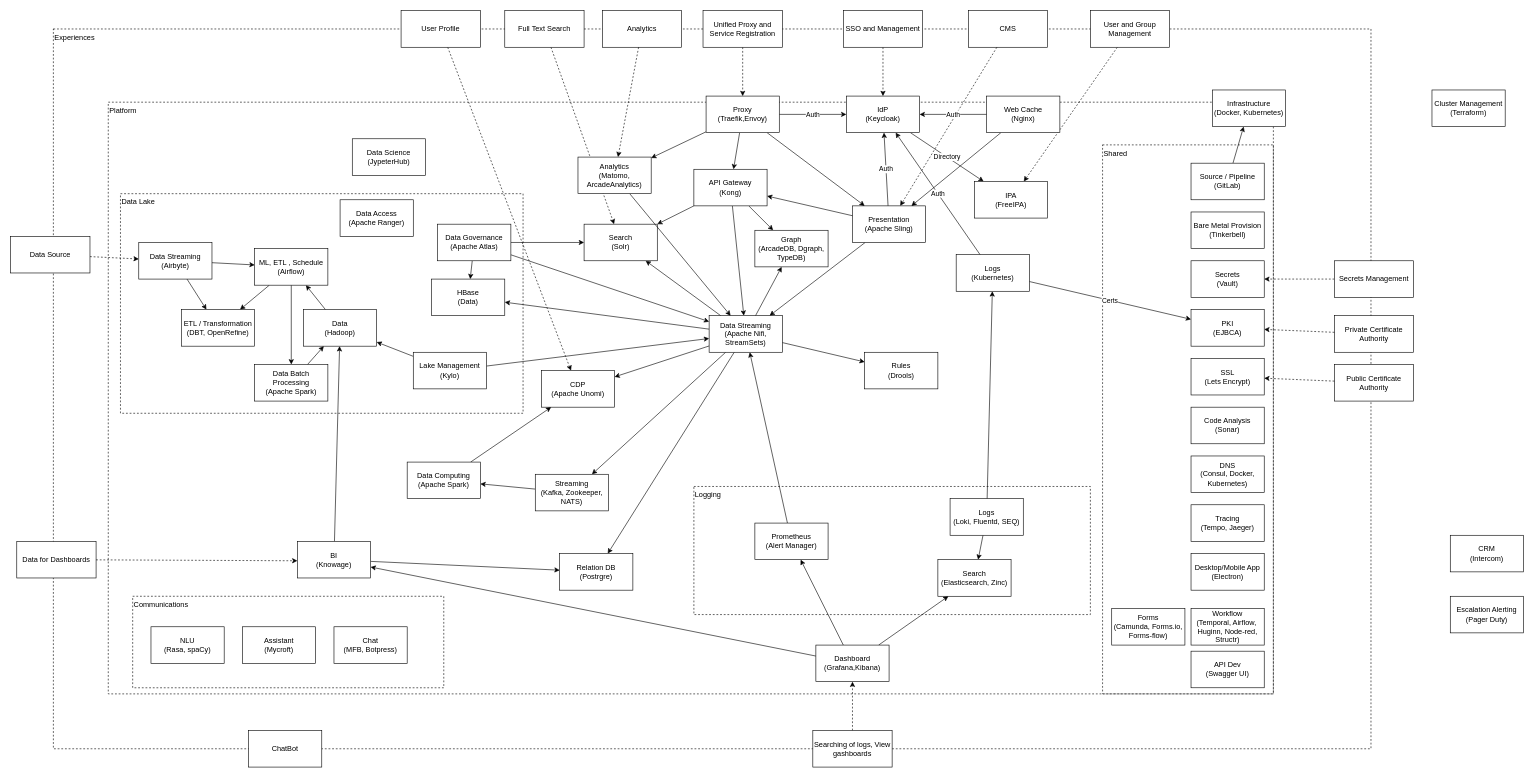
The draw.io diagram page "Services" (1 of 2) of _gxp/diagrams/GXP-Architecture.drawio in governance-foundation/governance.foundation, before the edit. Source tidied: cells renumbered, new cells numbered last; positions are measured from the earlier drawing's top-left corner, leaving out a move shared by most shapes. Both pictures are drawn from the tidied source at 61%, with x=0, y=0 at pixel (10, 10).
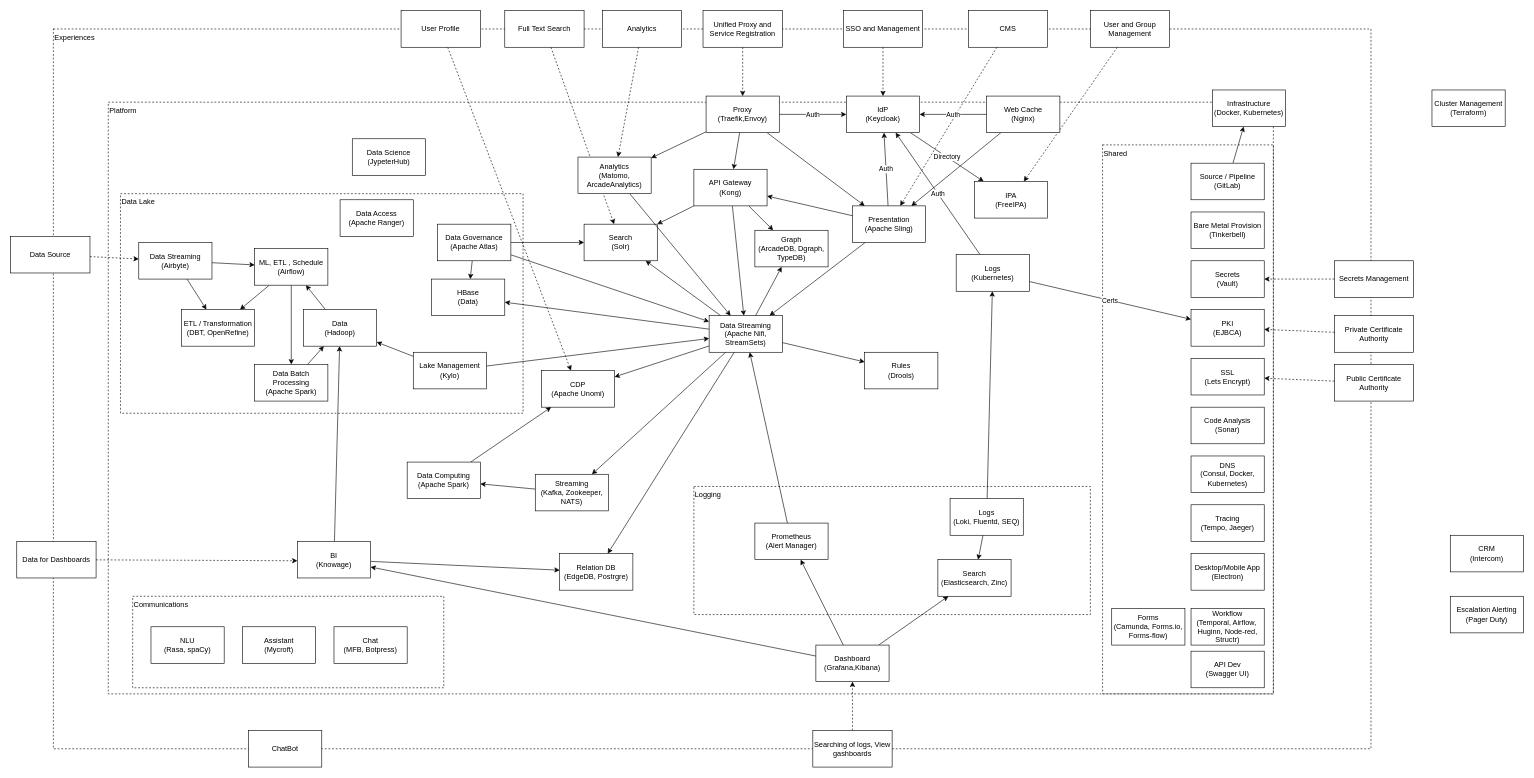
After the change.

What changed in the source:
```diff
@@
-    <mxCell id="87" value="&lt;div&gt;Relation DB&lt;br&gt;&lt;/div&gt;&lt;div&gt;(Postrgre)&lt;/div&gt;" style="rounded=0;whiteSpace=wrap;html=1;" parent="30" vertex="1">
+    <mxCell id="87" value="&lt;div&gt;Relation DB&lt;br&gt;&lt;/div&gt;&lt;div&gt;(EdgeDB, Postrgre)&lt;/div&gt;" style="rounded=0;whiteSpace=wrap;html=1;" parent="30" vertex="1">
       <mxGeometry x="900" y="890" width="120" height="60" as="geometry" />
     </mxCell>
```
